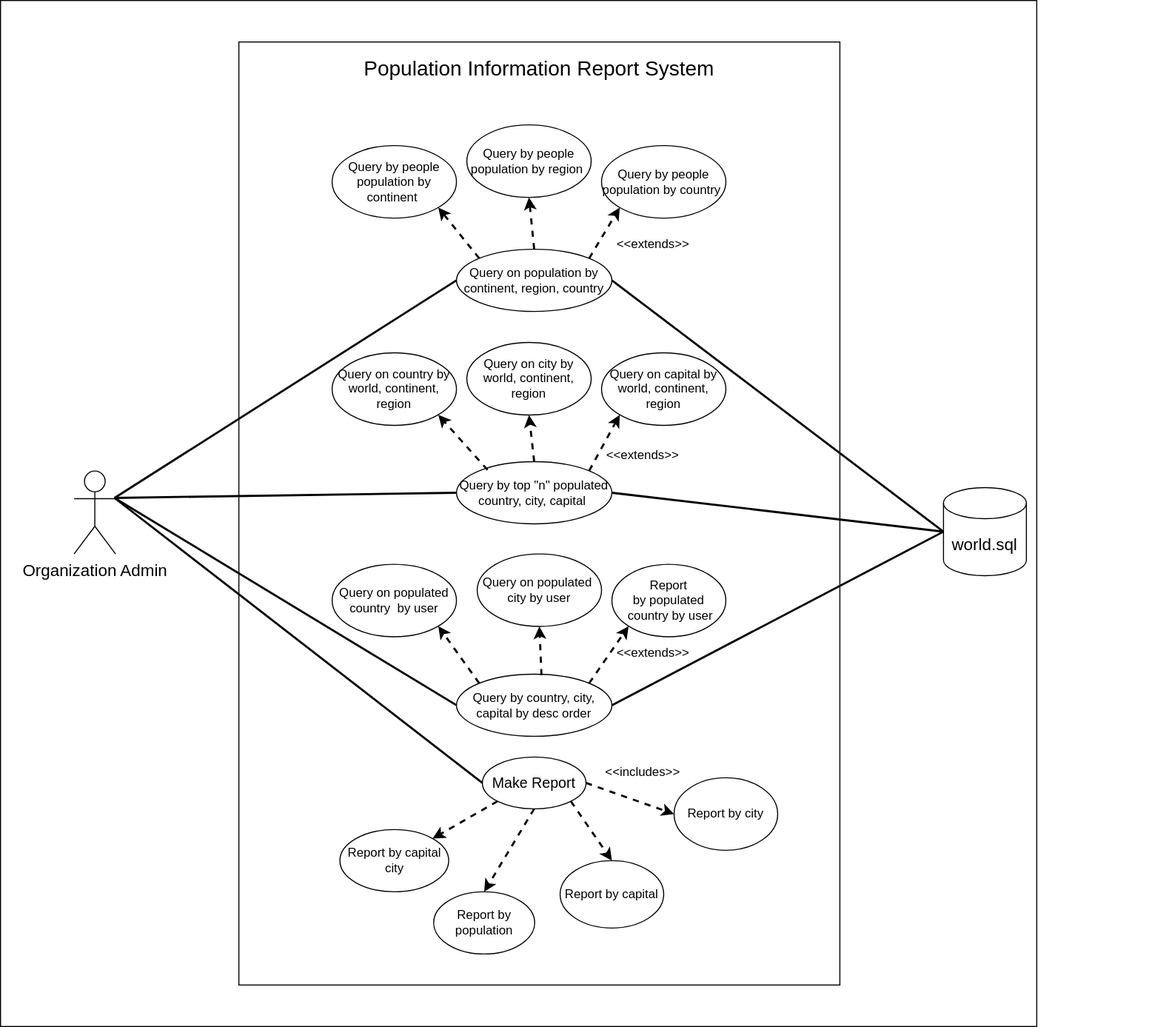
Before: ProjectGroup4_UML.svg, a diagram exported from draw.io (Saw-Yu-Nandar/DevOps_gp4). Source tidied: cells renumbered, new cells last; positions are measured from the earlier drawing's top-left corner, leaving out a move shared by most shapes.
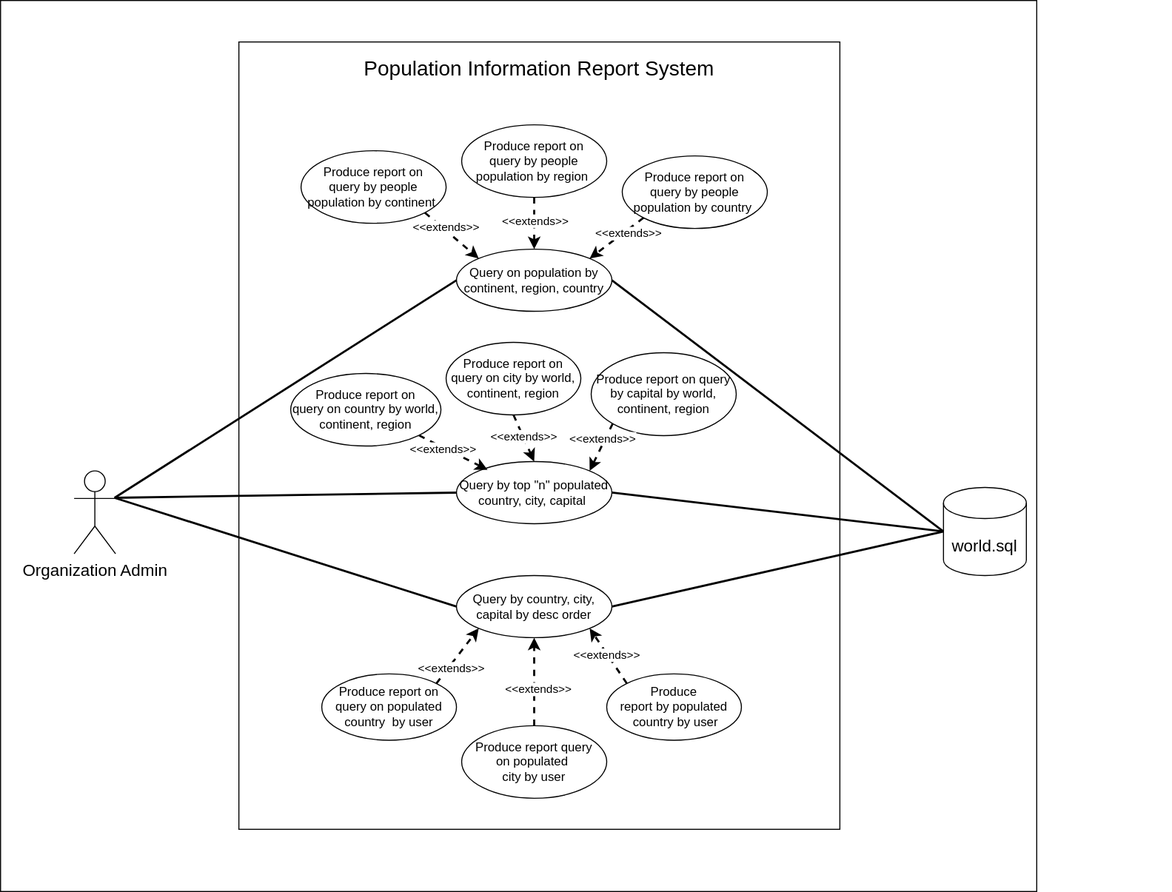
Later version of the same file.

Diff of the diagram source:
```diff
@@ -3,17 +3,14 @@
     <mxCell id="0" />
     <mxCell id="1" parent="0" />
     <mxCell id="2" style="rounded=0;whiteSpace=wrap;html=1;fontSize=16;fillColor=none;" parent="1" vertex="1">
-      <mxGeometry width="1000" height="990" as="geometry" />
+      <mxGeometry width="1000" height="860" as="geometry" />
     </mxCell>
     <mxCell id="3" value="Organization Admin" style="shape=umlActor;verticalLabelPosition=bottom;verticalAlign=top;html=1;fontSize=16;" parent="1" vertex="1">
       <mxGeometry x="71" y="454" width="40" height="80" as="geometry" />
     </mxCell>
     <mxCell id="4" style="rounded=0;whiteSpace=wrap;html=1;" parent="1" vertex="1">
-      <mxGeometry x="230" y="40" width="580" height="910" as="geometry" />
+      <mxGeometry x="230" y="40" width="580" height="760" as="geometry" />
     </mxCell>
-    <mxCell id="5" value="Make Report" style="ellipse;whiteSpace=wrap;html=1;fontSize=14;" parent="1" vertex="1">
-      <mxGeometry x="465" y="730" width="100" height="50" as="geometry" />
-    </mxCell>
     <mxCell id="6" value="Population Information Report System" style="text;html=1;strokeColor=none;fillColor=none;align=center;verticalAlign=middle;whiteSpace=wrap;rounded=0;fontSize=20;" parent="1" vertex="1">
       <mxGeometry x="230" y="40" width="580" height="50" as="geometry" />
     </mxCell>
@@ -21,7 +18,7 @@
       <mxGeometry x="910" y="470" width="80" height="85" as="geometry" />
     </mxCell>
     <mxCell id="8" value="Query by country, city, capital by desc order" style="ellipse;whiteSpace=wrap;html=1;fontSize=12;" parent="1" vertex="1">
-      <mxGeometry x="440" y="650" width="150" height="60" as="geometry" />
+      <mxGeometry x="440" y="555" width="150" height="60" as="geometry" />
     </mxCell>
     <mxCell id="9" value="Query by top &quot;n&quot; populated country, city, capital&amp;nbsp;" style="ellipse;whiteSpace=wrap;html=1;fontSize=12;" parent="1" vertex="1">
       <mxGeometry x="440" y="445" width="150" height="60" as="geometry" />
@@ -29,57 +26,33 @@
     <mxCell id="10" value="Query on population by continent, region, country" style="ellipse;whiteSpace=wrap;html=1;fontSize=12;" parent="1" vertex="1">
       <mxGeometry x="440" y="240" width="150" height="60" as="geometry" />
     </mxCell>
-    <mxCell id="11" value="Report by&amp;nbsp;populated&lt;br&gt;&amp;nbsp;country by user" style="ellipse;whiteSpace=wrap;html=1;fontSize=12;" parent="1" vertex="1">
-      <mxGeometry x="590" y="544" width="110" height="70" as="geometry" />
+    <mxCell id="11" value="Produce report&amp;nbsp;by&amp;nbsp;populated&lt;br&gt;&amp;nbsp;country by user" style="ellipse;whiteSpace=wrap;html=1;fontSize=12;" parent="1" vertex="1">
+      <mxGeometry x="585" y="650" width="130" height="64" as="geometry" />
     </mxCell>
-    <mxCell id="12" value="Report by city" style="ellipse;whiteSpace=wrap;html=1;fontSize=12;" parent="1" vertex="1">
-      <mxGeometry x="650" y="750" width="100" height="70" as="geometry" />
-    </mxCell>
-    <mxCell id="13" value="Report by capital" style="ellipse;whiteSpace=wrap;html=1;fontSize=12;" parent="1" vertex="1">
-      <mxGeometry x="540" y="830" width="100" height="65" as="geometry" />
-    </mxCell>
-    <mxCell id="14" value="Report by population" style="ellipse;whiteSpace=wrap;html=1;fontSize=12;" parent="1" vertex="1">
-      <mxGeometry x="418" y="860" width="97.5" height="60" as="geometry" />
-    </mxCell>
-    <mxCell id="15" style="rounded=0;jettySize=auto;html=1;exitX=0;exitY=1;exitDx=0;exitDy=0;strokeWidth=2;fontSize=16;dashed=1;entryX=1;entryY=0;entryDx=0;entryDy=0;" parent="1" edge="1" source="5" target="27">
-      <mxGeometry relative="1" as="geometry" />
-    </mxCell>
-    <mxCell id="16" style="rounded=0;jettySize=auto;html=1;strokeWidth=2;fontSize=16;dashed=1;entryX=0;entryY=0.5;entryDx=0;entryDy=0;exitX=1;exitY=0.5;exitDx=0;exitDy=0;" parent="1" edge="1" source="5" target="12">
-      <mxGeometry relative="1" as="geometry" />
-    </mxCell>
-    <mxCell id="17" style="rounded=0;jettySize=auto;html=1;strokeWidth=2;fontSize=16;dashed=1;entryX=0.5;entryY=0;entryDx=0;entryDy=0;exitX=1;exitY=1;exitDx=0;exitDy=0;" parent="1" edge="1" source="5" target="13">
-      <mxGeometry relative="1" as="geometry" />
-    </mxCell>
-    <mxCell id="18" style="rounded=0;jettySize=auto;html=1;strokeWidth=2;fontSize=16;dashed=1;entryX=0.5;entryY=0;entryDx=0;entryDy=0;exitX=0.5;exitY=1;exitDx=0;exitDy=0;" parent="1" edge="1" source="5" target="14">
-      <mxGeometry relative="1" as="geometry" />
-    </mxCell>
-    <mxCell id="19" value="Query by people population by continent&amp;nbsp;" style="ellipse;whiteSpace=wrap;html=1;fontSize=12;" parent="1" vertex="1">
-      <mxGeometry x="320" y="140" width="120" height="70" as="geometry" />
+    <mxCell id="19" value="Produce report on query&amp;nbsp;by people population by continent&amp;nbsp;" style="ellipse;whiteSpace=wrap;html=1;fontSize=12;" parent="1" vertex="1">
+      <mxGeometry x="290" y="145" width="140" height="70" as="geometry" />
     </mxCell>
-    <mxCell id="20" value="Query by people population by region&amp;nbsp;" style="ellipse;whiteSpace=wrap;html=1;fontSize=12;" parent="1" vertex="1">
-      <mxGeometry x="450" y="120" width="120" height="70" as="geometry" />
+    <mxCell id="20" value="Produce report on query&amp;nbsp;by people population by region&amp;nbsp;" style="ellipse;whiteSpace=wrap;html=1;fontSize=12;" parent="1" vertex="1">
+      <mxGeometry x="445" y="120" width="140" height="70" as="geometry" />
     </mxCell>
-    <mxCell id="21" value="Query by people population by country&amp;nbsp;" style="ellipse;whiteSpace=wrap;html=1;fontSize=12;" parent="1" vertex="1">
-      <mxGeometry x="580" y="140" width="120" height="70" as="geometry" />
+    <mxCell id="21" value="Produce report on query&amp;nbsp;by people population by country&amp;nbsp;" style="ellipse;whiteSpace=wrap;html=1;fontSize=12;" parent="1" vertex="1">
+      <mxGeometry x="600" y="150" width="140" height="70" as="geometry" />
     </mxCell>
-    <mxCell id="22" value="Query on country by world, continent, region" style="ellipse;whiteSpace=wrap;html=1;fontSize=12;" parent="1" vertex="1">
-      <mxGeometry x="320" y="340" width="120" height="70" as="geometry" />
+    <mxCell id="22" value="Produce report on query&amp;nbsp;on country by world, continent, region" style="ellipse;whiteSpace=wrap;html=1;fontSize=12;" parent="1" vertex="1">
+      <mxGeometry x="280" y="360" width="145" height="70" as="geometry" />
     </mxCell>
-    <mxCell id="23" value="Query on city by world, continent, region" style="ellipse;whiteSpace=wrap;html=1;fontSize=12;" parent="1" vertex="1">
-      <mxGeometry x="450" y="330" width="120" height="70" as="geometry" />
+    <mxCell id="23" value="Produce report on query&amp;nbsp;on city by world, continent, region" style="ellipse;whiteSpace=wrap;html=1;fontSize=12;" parent="1" vertex="1">
+      <mxGeometry x="430" y="330" width="130" height="70" as="geometry" />
     </mxCell>
-    <mxCell id="24" value="Query on capital by world, continent, region" style="ellipse;whiteSpace=wrap;html=1;fontSize=12;" parent="1" vertex="1">
-      <mxGeometry x="580" y="340" width="120" height="70" as="geometry" />
+    <mxCell id="24" value="Produce report on query by capital by world, continent, region" style="ellipse;whiteSpace=wrap;html=1;fontSize=12;" parent="1" vertex="1">
+      <mxGeometry x="570" y="340" width="140" height="80" as="geometry" />
     </mxCell>
-    <mxCell id="25" value="Query on populated country &amp;nbsp;by user" style="ellipse;whiteSpace=wrap;html=1;fontSize=12;" parent="1" vertex="1">
-      <mxGeometry x="320" y="544" width="120" height="70" as="geometry" />
+    <mxCell id="25" value="Produce report on query on populated country &amp;nbsp;by user" style="ellipse;whiteSpace=wrap;html=1;fontSize=12;" parent="1" vertex="1">
+      <mxGeometry x="310" y="650" width="130" height="64" as="geometry" />
     </mxCell>
-    <mxCell id="26" value="Query on&amp;nbsp;populated&amp;nbsp;&lt;br&gt;city by user" style="ellipse;whiteSpace=wrap;html=1;fontSize=12;" parent="1" vertex="1">
-      <mxGeometry x="460" y="534" width="120" height="70" as="geometry" />
+    <mxCell id="26" value="Produce report query on&amp;nbsp;populated&amp;nbsp;&lt;br&gt;city by user" style="ellipse;whiteSpace=wrap;html=1;fontSize=12;" parent="1" vertex="1">
+      <mxGeometry x="445" y="700" width="140" height="70" as="geometry" />
     </mxCell>
-    <mxCell id="27" value="Report by capital city" style="ellipse;whiteSpace=wrap;html=1;fontSize=12;" parent="1" vertex="1">
-      <mxGeometry x="327.5" y="800" width="105" height="60" as="geometry" />
-    </mxCell>
     <mxCell id="28" style="endArrow=none;html=1;rounded=0;strokeWidth=2;fontSize=16;entryX=0;entryY=0.5;entryDx=0;entryDy=0;" parent="1" edge="1" target="10">
       <mxGeometry relative="1" as="geometry">
         <mxPoint x="110" y="480" as="sourcePoint" />
@@ -95,11 +68,6 @@
         <mxPoint x="110" y="480" as="sourcePoint" />
       </mxGeometry>
     </mxCell>
-    <mxCell id="31" style="endArrow=none;html=1;rounded=0;strokeWidth=2;fontSize=16;entryX=0;entryY=0.5;entryDx=0;entryDy=0;" parent="1" edge="1" target="5">
-      <mxGeometry relative="1" as="geometry">
-        <mxPoint x="110" y="480" as="sourcePoint" />
-      </mxGeometry>
-    </mxCell>
     <mxCell id="32" style="endArrow=none;html=1;rounded=0;strokeWidth=2;fontSize=16;entryX=0;entryY=0.5;entryDx=0;entryDy=0;exitX=1;exitY=0.5;exitDx=0;exitDy=0;entryPerimeter=0;" parent="1" edge="1" source="10" target="7">
       <mxGeometry relative="1" as="geometry" />
     </mxCell>
@@ -109,47 +77,64 @@
     <mxCell id="34" style="endArrow=none;html=1;rounded=0;strokeWidth=2;fontSize=16;exitX=1;exitY=0.5;exitDx=0;exitDy=0;entryX=0;entryY=0.5;entryDx=0;entryDy=0;entryPerimeter=0;" parent="1" edge="1" source="8" target="7">
       <mxGeometry relative="1" as="geometry" />
     </mxCell>
-    <mxCell id="35" style="rounded=0;jettySize=auto;html=1;strokeWidth=2;fontSize=16;dashed=1;entryX=0;entryY=1;entryDx=0;entryDy=0;exitX=1;exitY=0;exitDx=0;exitDy=0;" parent="1" edge="1" source="10" target="21">
+    <mxCell id="35" style="rounded=0;jettySize=auto;html=1;strokeWidth=2;fontSize=16;dashed=1;entryX=1;entryY=0;entryDx=0;entryDy=0;exitX=0;exitY=1;exitDx=0;exitDy=0;" parent="1" edge="1" source="21" target="10">
       <mxGeometry relative="1" as="geometry" />
     </mxCell>
+    <mxCell id="49" value="&amp;lt;&amp;lt;extends&amp;gt;&amp;gt;" style="edgeLabel;html=1;align=center;verticalAlign=middle;" parent="35" vertex="1">
+      <mxGeometry x="-0.35" y="2" relative="1" as="geometry">
+        <mxPoint x="1" as="offset" />
+      </mxGeometry>
+    </mxCell>
-    <mxCell id="36" style="rounded=0;jettySize=auto;html=1;strokeWidth=2;fontSize=16;dashed=1;exitX=0.5;exitY=0;exitDx=0;exitDy=0;entryX=0.5;entryY=1;entryDx=0;entryDy=0;" parent="1" edge="1" source="10" target="20">
+    <mxCell id="36" style="rounded=0;jettySize=auto;html=1;strokeWidth=2;fontSize=16;dashed=1;exitX=0.5;exitY=1;exitDx=0;exitDy=0;entryX=0.5;entryY=0;entryDx=0;entryDy=0;" parent="1" edge="1" source="20" target="10">
       <mxGeometry relative="1" as="geometry" />
     </mxCell>
+    <mxCell id="50" value="&amp;lt;&amp;lt;extends&amp;gt;&amp;gt;" style="edgeLabel;html=1;align=center;verticalAlign=middle;" parent="36" vertex="1">
+      <mxGeometry x="-0.08" relative="1" as="geometry" />
+    </mxCell>
-    <mxCell id="37" style="rounded=0;jettySize=auto;html=1;strokeWidth=2;fontSize=16;dashed=1;entryX=1;entryY=1;entryDx=0;entryDy=0;exitX=0;exitY=0;exitDx=0;exitDy=0;" parent="1" edge="1" source="10" target="19">
+    <mxCell id="37" style="rounded=0;jettySize=auto;html=1;strokeWidth=2;fontSize=16;dashed=1;entryX=0;entryY=0;entryDx=0;entryDy=0;exitX=1;exitY=1;exitDx=0;exitDy=0;" parent="1" edge="1" source="19" target="10">
       <mxGeometry relative="1" as="geometry" />
     </mxCell>
+    <mxCell id="51" value="&amp;lt;&amp;lt;extends&amp;gt;&amp;gt;" style="edgeLabel;html=1;align=center;verticalAlign=middle;" parent="37" vertex="1">
+      <mxGeometry x="-0.29" y="3" relative="1" as="geometry" />
+    </mxCell>
-    <mxCell id="38" style="rounded=0;jettySize=auto;html=1;strokeWidth=2;fontSize=16;dashed=1;entryX=0;entryY=1;entryDx=0;entryDy=0;exitX=1;exitY=0;exitDx=0;exitDy=0;" parent="1" edge="1" source="9" target="24">
+    <mxCell id="38" style="rounded=0;jettySize=auto;html=1;strokeWidth=2;fontSize=16;dashed=1;entryX=1;entryY=0;entryDx=0;entryDy=0;exitX=0;exitY=1;exitDx=0;exitDy=0;" parent="1" edge="1" source="24" target="9">
       <mxGeometry relative="1" as="geometry" />
     </mxCell>
+    <mxCell id="52" value="&amp;lt;&amp;lt;extends&amp;gt;&amp;gt;" style="edgeLabel;html=1;align=center;verticalAlign=middle;" parent="38" vertex="1">
+      <mxGeometry x="-0.34" y="-3" relative="1" as="geometry" />
+    </mxCell>
-    <mxCell id="39" style="rounded=0;jettySize=auto;html=1;strokeWidth=2;fontSize=16;dashed=1;entryX=0.5;entryY=1;entryDx=0;entryDy=0;exitX=0.5;exitY=0;exitDx=0;exitDy=0;" parent="1" edge="1" source="9" target="23">
+    <mxCell id="39" style="rounded=0;jettySize=auto;html=1;strokeWidth=2;fontSize=16;dashed=1;entryX=0.5;entryY=0;entryDx=0;entryDy=0;exitX=0.5;exitY=1;exitDx=0;exitDy=0;" parent="1" edge="1" source="23" target="9">
       <mxGeometry relative="1" as="geometry" />
     </mxCell>
+    <mxCell id="53" value="&amp;lt;&amp;lt;extends&amp;gt;&amp;gt;" style="edgeLabel;html=1;align=center;verticalAlign=middle;" parent="39" vertex="1">
+      <mxGeometry x="-0.07" relative="1" as="geometry" />
+    </mxCell>
-    <mxCell id="40" style="rounded=0;jettySize=auto;html=1;strokeWidth=2;fontSize=16;dashed=1;entryX=1;entryY=1;entryDx=0;entryDy=0;exitX=0.2;exitY=0.133;exitDx=0;exitDy=0;exitPerimeter=0;" parent="1" edge="1" source="9" target="22">
+    <mxCell id="40" style="rounded=0;jettySize=auto;html=1;strokeWidth=2;fontSize=16;dashed=1;entryX=0.2;entryY=0.133;entryDx=0;entryDy=0;exitX=1;exitY=1;exitDx=0;exitDy=0;entryPerimeter=0;" parent="1" edge="1" source="22" target="9">
       <mxGeometry relative="1" as="geometry" />
     </mxCell>
+    <mxCell id="54" value="&amp;lt;&amp;lt;extends&amp;gt;&amp;gt;" style="edgeLabel;html=1;align=center;verticalAlign=middle;" parent="40" vertex="1">
+      <mxGeometry x="-0.31" y="-1" relative="1" as="geometry" />
+    </mxCell>
-    <mxCell id="41" style="rounded=0;jettySize=auto;html=1;strokeWidth=2;fontSize=16;dashed=1;entryX=1;entryY=1;entryDx=0;entryDy=0;exitX=0;exitY=0;exitDx=0;exitDy=0;" parent="1" edge="1" source="8" target="25">
+    <mxCell id="41" style="rounded=0;jettySize=auto;html=1;strokeWidth=2;fontSize=16;dashed=1;entryX=0;entryY=1;entryDx=0;entryDy=0;exitX=1;exitY=0;exitDx=0;exitDy=0;" parent="1" edge="1" source="25" target="8">
       <mxGeometry relative="1" as="geometry" />
     </mxCell>
+    <mxCell id="55" value="&amp;lt;&amp;lt;extends&amp;gt;&amp;gt;" style="edgeLabel;html=1;align=center;verticalAlign=middle;" parent="41" vertex="1">
+      <mxGeometry x="-0.4" y="-2" relative="1" as="geometry" />
+    </mxCell>
-    <mxCell id="42" style="rounded=0;jettySize=auto;html=1;strokeWidth=2;fontSize=16;dashed=1;entryX=0.5;entryY=1;entryDx=0;entryDy=0;exitX=0.547;exitY=0.017;exitDx=0;exitDy=0;exitPerimeter=0;" parent="1" edge="1" source="8" target="26">
+    <mxCell id="42" style="rounded=0;jettySize=auto;html=1;strokeWidth=2;fontSize=16;dashed=1;entryX=0.5;entryY=1;entryDx=0;entryDy=0;exitX=0.5;exitY=0;exitDx=0;exitDy=0;" parent="1" edge="1" source="26" target="8">
       <mxGeometry relative="1" as="geometry" />
     </mxCell>
+    <mxCell id="56" value="&amp;lt;&amp;lt;extends&amp;gt;&amp;gt;" style="edgeLabel;html=1;align=center;verticalAlign=middle;" parent="42" vertex="1">
+      <mxGeometry x="-0.15" y="-3" relative="1" as="geometry" />
+    </mxCell>
-    <mxCell id="43" style="rounded=0;jettySize=auto;html=1;strokeWidth=2;fontSize=16;dashed=1;entryX=0;entryY=1;entryDx=0;entryDy=0;exitX=1;exitY=0;exitDx=0;exitDy=0;" parent="1" edge="1" source="8" target="11">
+    <mxCell id="43" style="rounded=0;jettySize=auto;html=1;strokeWidth=2;fontSize=16;dashed=1;entryX=1;entryY=1;entryDx=0;entryDy=0;exitX=0;exitY=0;exitDx=0;exitDy=0;" parent="1" edge="1" source="11" target="8">
       <mxGeometry relative="1" as="geometry" />
     </mxCell>
+    <mxCell id="57" value="&amp;lt;&amp;lt;extends&amp;gt;&amp;gt;" style="edgeLabel;html=1;align=center;verticalAlign=middle;" parent="43" vertex="1">
+      <mxGeometry x="0.09" y="1" relative="1" as="geometry" />
+    </mxCell>
     <mxCell id="44" value="&lt;span style=&quot;caret-color: rgba(0, 0, 0, 0); color: rgba(0, 0, 0, 0); font-family: monospace; font-size: 0px; text-align: start;&quot;&gt;%3CmxGraphModel%3E%3Croot%3E%3CmxCell%20id%3D%220%22%2F%3E%3CmxCell%20id%3D%221%22%20parent%3D%220%22%2F%3E%3CmxCell%20id%3D%222%22%20style%3D%22rounded%3D0%3BorthogonalLoop%3D1%3BjettySize%3Dauto%3Bhtml%3D1%3BstrokeWidth%3D2%3BfontSize%3D16%3Bdashed%3D1%3BentryX%3D0.89%3BentryY%3D0.169%3BentryDx%3D0%3BentryDy%3D0%3BentryPerimeter%3D0%3B%22%20edge%3D%221%22%20parent%3D%221%22%3E%3CmxGeometry%20relative%3D%221%22%20as%3D%22geometry%22%3E%3CmxPoint%20x%3D%22760%22%20y%3D%22249%22%20as%3D%22sourcePoint%22%2F%3E%3CmxPoint%20x%3D%22800%22%20y%3D%22249%22%20as%3D%22targetPoint%22%2F%3E%3C%2FmxGeometry%3E%3C%2FmxCell%3E%3C%2Froot%3E%3C%2FmxGraphModel%3E&lt;/span&gt;" style="text;html=1;align=center;verticalAlign=middle;strokeColor=none;fillColor=none;" parent="1" vertex="1">
       <mxGeometry x="1110" y="185" width="20" height="30" as="geometry" />
     </mxCell>
-    <mxCell id="45" value="&amp;lt;&amp;lt;extends&amp;gt;&amp;gt;" style="text;html=1;strokeColor=none;fillColor=none;align=center;verticalAlign=middle;whiteSpace=wrap;rounded=0;" parent="1" vertex="1">
-      <mxGeometry x="600" y="220" width="60" height="30" as="geometry" />
-    </mxCell>
-    <mxCell id="46" value="&amp;lt;&amp;lt;includes&amp;gt;&amp;gt;" style="text;html=1;strokeColor=none;fillColor=none;align=center;verticalAlign=middle;whiteSpace=wrap;rounded=0;" parent="1" vertex="1">
-      <mxGeometry x="590" y="730" width="60" height="30" as="geometry" />
-    </mxCell>
-    <mxCell id="47" value="&amp;lt;&amp;lt;extends&amp;gt;&amp;gt;" style="text;html=1;strokeColor=none;fillColor=none;align=center;verticalAlign=middle;whiteSpace=wrap;rounded=0;" parent="1" vertex="1">
-      <mxGeometry x="590" y="424" width="60" height="30" as="geometry" />
-    </mxCell>
-    <mxCell id="48" value="&amp;lt;&amp;lt;extends&amp;gt;&amp;gt;" style="text;html=1;strokeColor=none;fillColor=none;align=center;verticalAlign=middle;whiteSpace=wrap;rounded=0;" parent="1" vertex="1">
-      <mxGeometry x="600" y="615" width="60" height="30" as="geometry" />
-    </mxCell>
   </root>
 </mxGraphModel>
```
